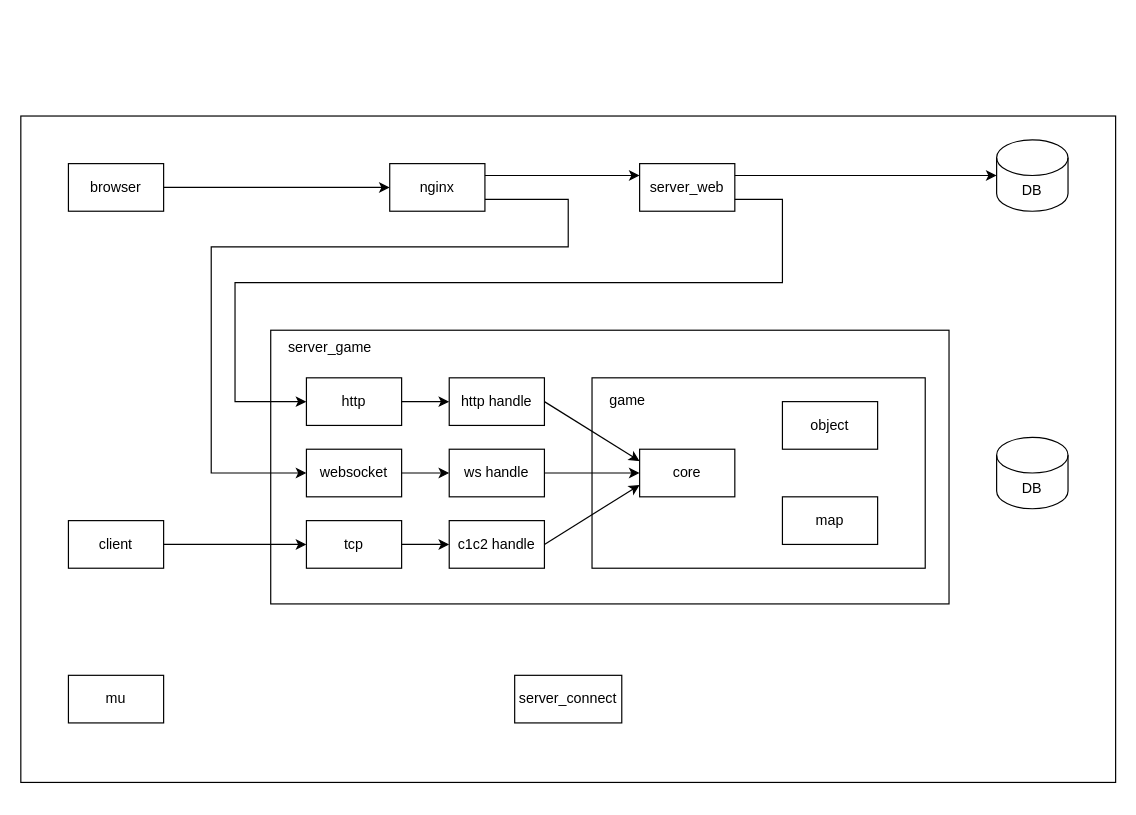
This is docs/system.drawio from xujintao/balgass, a draw.io file, before an edit. Source tidied: cells renumbered, new cells numbered last; positions are measured from the earlier drawing's top-left corner, leaving out a move shared by most shapes. Both pictures are drawn from the tidied source at 119%, with x=0, y=0 at pixel (20, 115).
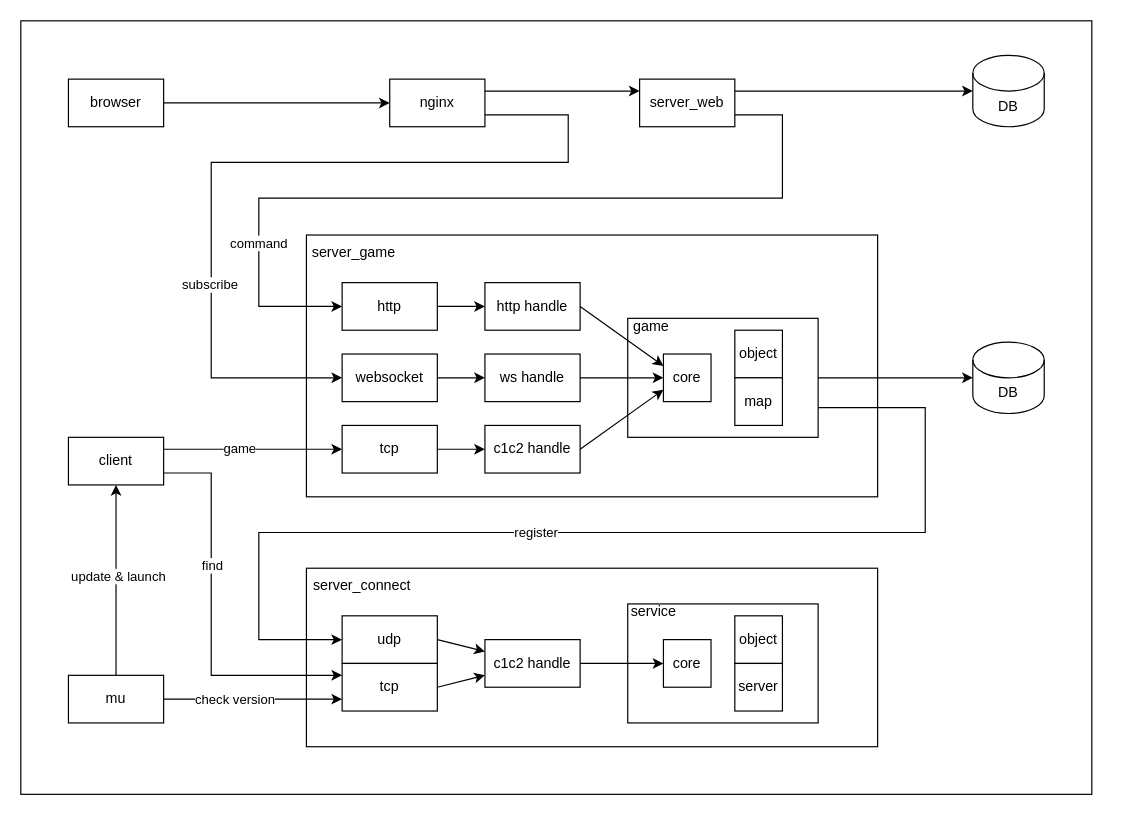
The same diagram, later.

Commit message (it also covers changes not shown here):
docs: add server list

Unchanged cells that the change refers to:
```xml
<mxCell id="34" value="mu" style="rounded=0;whiteSpace=wrap;html=1;" parent="1" vertex="1">
  <mxGeometry x="40" y="470" width="80" height="40" as="geometry" />
</mxCell>
```

Change to the diagram source:
```diff
@@
-    <mxCell id="2" style="rounded=0;whiteSpace=wrap;html=1;" parent="1" vertex="1">
-      <mxGeometry width="920" height="560" as="geometry" />
-    </mxCell>
+    <mxCell id="36" style="rounded=0;whiteSpace=wrap;html=1;" parent="1" vertex="1">
+      <mxGeometry y="-80" width="900" height="650" as="geometry" />
+    </mxCell>
     <mxCell id="3" style="rounded=0;whiteSpace=wrap;html=1;" parent="1" vertex="1">
-      <mxGeometry x="210" y="180" width="570" height="230" as="geometry" />
+      <mxGeometry x="240" y="100" width="480" height="220" as="geometry" />
     </mxCell>
     <mxCell id="4" style="rounded=0;whiteSpace=wrap;html=1;" parent="1" vertex="1">
-      <mxGeometry x="480" y="220" width="280" height="160" as="geometry" />
+      <mxGeometry x="510" y="170" width="160" height="100" as="geometry" />
     </mxCell>
     <mxCell id="5" value="object" style="rounded=0;whiteSpace=wrap;html=1;" parent="1" vertex="1">
-      <mxGeometry x="640" y="240" width="80" height="40" as="geometry" />
+      <mxGeometry x="600" y="180" width="40" height="40" as="geometry" />
     </mxCell>
     <mxCell id="6" value="map" style="rounded=0;whiteSpace=wrap;html=1;" parent="1" vertex="1">
-      <mxGeometry x="640" y="320" width="80" height="40" as="geometry" />
+      <mxGeometry x="600" y="220" width="40" height="40" as="geometry" />
     </mxCell>
     <mxCell id="7" value="core" style="rounded=0;whiteSpace=wrap;html=1;" parent="1" vertex="1">
-      <mxGeometry x="520" y="280" width="80" height="40" as="geometry" />
+      <mxGeometry x="540" y="200" width="40" height="40" as="geometry" />
     </mxCell>
     <mxCell id="8" value="game" style="text;html=1;strokeColor=none;fillColor=none;align=center;verticalAlign=middle;whiteSpace=wrap;rounded=0;" parent="1" vertex="1">
-      <mxGeometry x="480" y="224" width="60" height="30" as="geometry" />
+      <mxGeometry x="500" y="162" width="60" height="30" as="geometry" />
     </mxCell>
     <mxCell id="9" value="http" style="rounded=0;whiteSpace=wrap;html=1;" parent="1" vertex="1">
-      <mxGeometry x="240" y="220" width="80" height="40" as="geometry" />
+      <mxGeometry x="270" y="140" width="80" height="40" as="geometry" />
     </mxCell>
     <mxCell id="10" value="http handle" style="rounded=0;whiteSpace=wrap;html=1;" parent="1" vertex="1">
-      <mxGeometry x="360" y="220" width="80" height="40" as="geometry" />
+      <mxGeometry x="390" y="140" width="80" height="40" as="geometry" />
     </mxCell>
     <mxCell id="11" value="tcp" style="rounded=0;whiteSpace=wrap;html=1;" parent="1" vertex="1">
-      <mxGeometry x="240" y="340" width="80" height="40" as="geometry" />
+      <mxGeometry x="270" y="260" width="80" height="40" as="geometry" />
     </mxCell>
     <mxCell id="12" value="c1c2 handle" style="rounded=0;whiteSpace=wrap;html=1;" parent="1" vertex="1">
-      <mxGeometry x="360" y="340" width="80" height="40" as="geometry" />
+      <mxGeometry x="390" y="260" width="80" height="40" as="geometry" />
     </mxCell>
@@
     <mxCell id="17" value="server_web" style="rounded=0;whiteSpace=wrap;html=1;" parent="1" vertex="1">
-      <mxGeometry x="520" y="40" width="80" height="40" as="geometry" />
+      <mxGeometry x="520" y="-31" width="80" height="40" as="geometry" />
     </mxCell>
     <mxCell id="18" value="DB" style="shape=cylinder3;whiteSpace=wrap;html=1;boundedLbl=1;backgroundOutline=1;size=15;" parent="1" vertex="1">
-      <mxGeometry x="820" y="20" width="60" height="60" as="geometry" />
+      <mxGeometry x="800" y="-51" width="60" height="60" as="geometry" />
     </mxCell>
     <mxCell id="19" value="DB" style="shape=cylinder3;whiteSpace=wrap;html=1;boundedLbl=1;backgroundOutline=1;size=15;" parent="1" vertex="1">
-      <mxGeometry x="820" y="270" width="60" height="60" as="geometry" />
+      <mxGeometry x="800" y="190" width="60" height="60" as="geometry" />
     </mxCell>
@@
     <mxCell id="21" value="client" style="rounded=0;whiteSpace=wrap;html=1;" parent="1" vertex="1">
-      <mxGeometry x="40" y="340" width="80" height="40" as="geometry" />
+      <mxGeometry x="40" y="270" width="80" height="40" as="geometry" />
     </mxCell>
     <mxCell id="22" value="browser" style="rounded=0;whiteSpace=wrap;html=1;" parent="1" vertex="1">
-      <mxGeometry x="40" y="40" width="80" height="40" as="geometry" />
+      <mxGeometry x="40" y="-31" width="80" height="40" as="geometry" />
     </mxCell>
-    <mxCell id="23" style="endArrow=classic;html=1;rounded=0;exitX=1;exitY=0.5;exitDx=0;exitDy=0;entryX=0;entryY=0.5;entryDx=0;entryDy=0;" parent="1" edge="1" source="21" target="11">
+    <mxCell id="23" style="endArrow=classic;html=1;rounded=0;exitX=1;exitY=0.25;exitDx=0;exitDy=0;entryX=0;entryY=0.5;entryDx=0;entryDy=0;" parent="1" edge="1" source="21" target="11">
       <mxGeometry relative="1" as="geometry" />
     </mxCell>
+    <mxCell id="37" value="game" style="edgeLabel;html=1;align=center;verticalAlign=middle;" parent="23" vertex="1">
+      <mxGeometry x="-0.16" y="4" relative="1" as="geometry">
+        <mxPoint y="3" as="offset" />
+      </mxGeometry>
+    </mxCell>
     <mxCell id="24" style="endArrow=classic;html=1;rounded=0;exitX=1;exitY=0.75;exitDx=0;exitDy=0;entryX=0;entryY=0.5;entryDx=0;entryDy=0;" parent="1" edge="1" source="17" target="9">
       <mxGeometry relative="1" as="geometry">
         <Array as="points">
-          <mxPoint x="640" y="70" />
-          <mxPoint x="640" y="140" />
-          <mxPoint x="180" y="140" />
-          <mxPoint x="180" y="240" />
+          <mxPoint x="640" y="-1" />
+          <mxPoint x="640" y="69" />
+          <mxPoint x="200" y="69" />
+          <mxPoint x="200" y="160" />
         </Array>
       </mxGeometry>
     </mxCell>
+    <mxCell id="38" value="command" style="edgeLabel;html=1;align=center;verticalAlign=middle;" parent="24" vertex="1">
+      <mxGeometry x="0.65" y="-1" relative="1" as="geometry" />
+    </mxCell>
@@
     <mxCell id="26" value="websocket" style="rounded=0;whiteSpace=wrap;html=1;" parent="1" vertex="1">
-      <mxGeometry x="240" y="280" width="80" height="40" as="geometry" />
+      <mxGeometry x="270" y="200" width="80" height="40" as="geometry" />
     </mxCell>
     <mxCell id="27" value="ws handle" style="rounded=0;whiteSpace=wrap;html=1;" parent="1" vertex="1">
-      <mxGeometry x="360" y="280" width="80" height="40" as="geometry" />
+      <mxGeometry x="390" y="200" width="80" height="40" as="geometry" />
     </mxCell>
@@
     <mxCell id="30" style="endArrow=classic;html=1;rounded=0;entryX=0;entryY=0.5;entryDx=0;entryDy=0;exitX=1;exitY=0.75;exitDx=0;exitDy=0;" parent="1" edge="1" source="31" target="26">
       <mxGeometry relative="1" as="geometry">
         <Array as="points">
-          <mxPoint x="460" y="70" />
-          <mxPoint x="460" y="110" />
-          <mxPoint x="160" y="110" />
-          <mxPoint x="160" y="300" />
+          <mxPoint x="460" y="-1" />
+          <mxPoint x="460" y="39" />
+          <mxPoint x="160" y="39" />
+          <mxPoint x="160" y="220" />
         </Array>
       </mxGeometry>
     </mxCell>
+    <mxCell id="39" value="subscribe" style="edgeLabel;html=1;align=center;verticalAlign=middle;" parent="30" vertex="1">
+      <mxGeometry x="0.46" y="-2" relative="1" as="geometry" />
+    </mxCell>
     <mxCell id="31" value="nginx" style="rounded=0;whiteSpace=wrap;html=1;" parent="1" vertex="1">
-      <mxGeometry x="310" y="40" width="80" height="40" as="geometry" />
+      <mxGeometry x="310" y="-31" width="80" height="40" as="geometry" />
     </mxCell>
@@
     <mxCell id="33" value="server_game" style="text;html=1;strokeColor=none;fillColor=none;align=center;verticalAlign=middle;whiteSpace=wrap;rounded=0;" parent="1" vertex="1">
-      <mxGeometry x="210" y="180" width="100" height="30" as="geometry" />
+      <mxGeometry x="230" y="100" width="100" height="30" as="geometry" />
     </mxCell>
@@
+    <mxCell id="40" style="rounded=0;whiteSpace=wrap;html=1;" parent="1" vertex="1">
+      <mxGeometry x="240" y="380" width="480" height="150" as="geometry" />
+    </mxCell>
+    <mxCell id="41" style="rounded=0;whiteSpace=wrap;html=1;" parent="1" vertex="1">
+      <mxGeometry x="510" y="410" width="160" height="100" as="geometry" />
+    </mxCell>
+    <mxCell id="42" value="object" style="rounded=0;whiteSpace=wrap;html=1;" parent="1" vertex="1">
+      <mxGeometry x="600" y="420" width="40" height="40" as="geometry" />
+    </mxCell>
+    <mxCell id="43" value="server" style="rounded=0;whiteSpace=wrap;html=1;" parent="1" vertex="1">
+      <mxGeometry x="600" y="460" width="40" height="40" as="geometry" />
+    </mxCell>
+    <mxCell id="44" value="core" style="rounded=0;whiteSpace=wrap;html=1;" parent="1" vertex="1">
+      <mxGeometry x="540" y="440" width="40" height="40" as="geometry" />
+    </mxCell>
+    <mxCell id="45" value="service" style="text;html=1;strokeColor=none;fillColor=none;align=center;verticalAlign=middle;whiteSpace=wrap;rounded=0;" parent="1" vertex="1">
+      <mxGeometry x="502" y="402" width="60" height="30" as="geometry" />
+    </mxCell>
+    <mxCell id="46" value="udp" style="rounded=0;whiteSpace=wrap;html=1;" parent="1" vertex="1">
+      <mxGeometry x="270" y="420" width="80" height="40" as="geometry" />
+    </mxCell>
+    <mxCell id="47" value="tcp" style="rounded=0;whiteSpace=wrap;html=1;" parent="1" vertex="1">
+      <mxGeometry x="270" y="460" width="80" height="40" as="geometry" />
+    </mxCell>
+    <mxCell id="48" style="endArrow=classic;html=1;rounded=0;exitX=1;exitY=0.5;exitDx=0;exitDy=0;entryX=0;entryY=0.25;entryDx=0;entryDy=0;" parent="1" edge="1" source="46" target="50">
+      <mxGeometry relative="1" as="geometry" />
+    </mxCell>
+    <mxCell id="49" style="endArrow=classic;html=1;rounded=0;exitX=1;exitY=0.5;exitDx=0;exitDy=0;entryX=0;entryY=0.75;entryDx=0;entryDy=0;" parent="1" edge="1" source="47" target="50">
+      <mxGeometry relative="1" as="geometry" />
+    </mxCell>
+    <mxCell id="50" value="c1c2 handle" style="rounded=0;whiteSpace=wrap;html=1;" parent="1" vertex="1">
+      <mxGeometry x="390" y="440" width="80" height="40" as="geometry" />
+    </mxCell>
+    <mxCell id="51" style="endArrow=classic;html=1;rounded=0;exitX=1;exitY=0.5;exitDx=0;exitDy=0;entryX=0;entryY=0.5;entryDx=0;entryDy=0;" parent="1" edge="1" source="50" target="44">
+      <mxGeometry relative="1" as="geometry" />
+    </mxCell>
-    <mxCell id="35" value="server_connect" style="rounded=0;whiteSpace=wrap;html=1;" parent="1" vertex="1">
-      <mxGeometry x="415" y="470" width="90" height="40" as="geometry" />
+    <mxCell id="35" value="server_connect" style="text;html=1;strokeColor=none;fillColor=none;align=center;verticalAlign=middle;whiteSpace=wrap;rounded=0;" parent="1" vertex="1">
+      <mxGeometry x="237" y="380" width="100" height="30" as="geometry" />
     </mxCell>
+    <mxCell id="52" style="endArrow=classic;html=1;rounded=0;entryX=0;entryY=0.5;entryDx=0;entryDy=0;exitX=1;exitY=0.75;exitDx=0;exitDy=0;" parent="1" edge="1" source="4" target="46">
+      <mxGeometry relative="1" as="geometry">
+        <Array as="points">
+          <mxPoint x="760" y="245" />
+          <mxPoint x="760" y="350" />
+          <mxPoint x="480" y="350" />
+          <mxPoint x="200" y="350" />
+          <mxPoint x="200" y="440" />
+        </Array>
+      </mxGeometry>
+    </mxCell>
+    <mxCell id="53" value="register" style="edgeLabel;html=1;align=center;verticalAlign=middle;" parent="52" vertex="1">
+      <mxGeometry x="0.15" y="2" relative="1" as="geometry">
+        <mxPoint x="3" y="-3" as="offset" />
+      </mxGeometry>
+    </mxCell>
+    <mxCell id="54" style="endArrow=classic;html=1;rounded=0;exitX=1;exitY=0.5;exitDx=0;exitDy=0;entryX=0;entryY=0.75;entryDx=0;entryDy=0;" parent="1" edge="1" source="34" target="47">
+      <mxGeometry relative="1" as="geometry" />
+    </mxCell>
+    <mxCell id="55" value="check version" style="edgeLabel;html=1;align=center;verticalAlign=middle;" parent="54" vertex="1">
+      <mxGeometry x="-0.21" y="1" relative="1" as="geometry">
+        <mxPoint y="1" as="offset" />
+      </mxGeometry>
+    </mxCell>
+    <mxCell id="56" style="endArrow=classic;html=1;rounded=0;exitX=1;exitY=0.5;exitDx=0;exitDy=0;entryX=0;entryY=0.5;entryDx=0;entryDy=0;entryPerimeter=0;" parent="1" edge="1" source="4" target="19">
+      <mxGeometry relative="1" as="geometry" />
+    </mxCell>
+    <mxCell id="57" style="endArrow=classic;html=1;rounded=0;entryX=0.5;entryY=1;entryDx=0;entryDy=0;exitX=0.5;exitY=0;exitDx=0;exitDy=0;" parent="1" edge="1" source="34" target="21">
+      <mxGeometry relative="1" as="geometry" />
+    </mxCell>
+    <mxCell id="58" value="update &amp;amp; launch" style="edgeLabel;html=1;align=center;verticalAlign=middle;" parent="57" vertex="1">
+      <mxGeometry x="0.06" y="-1" relative="1" as="geometry">
+        <mxPoint y="1" as="offset" />
+      </mxGeometry>
+    </mxCell>
+    <mxCell id="59" style="endArrow=classic;html=1;rounded=0;exitX=1;exitY=0.75;exitDx=0;exitDy=0;entryX=0;entryY=0.25;entryDx=0;entryDy=0;" parent="1" edge="1" source="21" target="47">
+      <mxGeometry relative="1" as="geometry">
+        <Array as="points">
+          <mxPoint x="160" y="300" />
+          <mxPoint x="160" y="470" />
+        </Array>
+      </mxGeometry>
+    </mxCell>
+    <mxCell id="60" value="find" style="edgeLabel;html=1;align=center;verticalAlign=middle;" parent="59" vertex="1">
+      <mxGeometry x="-0.48" y="-1" relative="1" as="geometry">
+        <mxPoint x="1" y="34" as="offset" />
+      </mxGeometry>
+    </mxCell>
```
